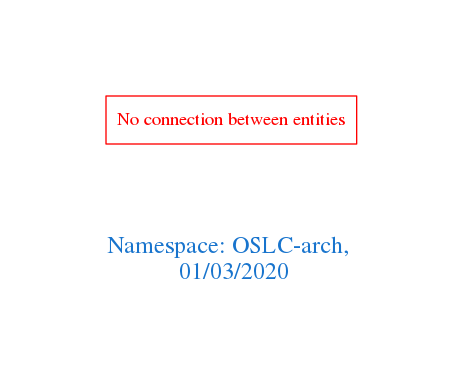
arago/OGIT keeps this Graphviz diagram as downloads/OSLC-arch.png. Above is the earlier version. Its source is kept beside it as downloads/OSLC-arch.dot.
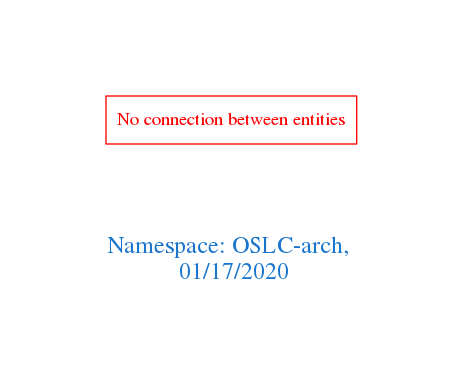
Later version of the same file.

The edit, as a diff of the source:
```diff
@@ -1,7 +1,7 @@
 digraph OGIT_ontology {
  graph [ rankdir= LR,pad=1
 fontsize = 18,
-fontcolor= dodgerblue3,label = "\n\n\nNamespace: OSLC-arch, \n 01/03/2020"];
+fontcolor= dodgerblue3,label = "\n\n\nNamespace: OSLC-arch, \n 01/17/2020"];
 node[shape=polygon];
 edge [  color="gray81"];
 
```
